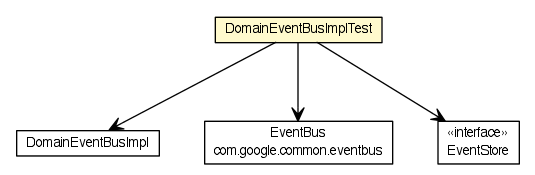
dayatang/dddlib keeps this Graphviz diagram as testapidocs/org/dayatang/domain/event/DomainEventBusImplTest.png. Above is the earlier version. Its source is kept beside it as testapidocs/org/dayatang/domain/event/DomainEventBusImplTest.dot. Its diagram source:
```dot

digraph G {
	edge [fontname="Helvetica",fontsize=10,labelfontname="Helvetica",labelfontsize=10];
	node [fontname="Helvetica",fontsize=10,shape=plaintext];
	nodesep=0.25;
	ranksep=0.5;
	c21973 [label=<<table title="org.dayatang.domain.event.DomainEventBusImplTest" border="0" cellborder="1" cellspacing="0" cellpadding="2" port="p" bgcolor="lemonChiffon" href="./DomainEventBusImplTest.html">
		<tr><td><table border="0" cellspacing="0" cellpadding="1">
<tr><td align="center" balign="center"> DomainEventBusImplTest </td></tr>
		</table></td></tr>
		</table>>, URL="./DomainEventBusImplTest.html", fontname="Helvetica", fontcolor="black", fontsize=10.0];
	c21973:p -> c22136:p [taillabel="", label=" "headlabel="", fontname="Helvetica", fontcolor="black", fontsize=10.0, color="black", arrowhead=open];
	c21973:p -> c22142:p [taillabel="", label=" "headlabel="", fontname="Helvetica", fontcolor="black", fontsize=10.0, color="black", arrowhead=open];
	c21973:p -> c22143:p [taillabel="", label=" "headlabel="", fontname="Helvetica", fontcolor="black", fontsize=10.0, color="black", arrowhead=open];
	c22143 [label=<<table title="org.dayatang.domain.event.EventStore" border="0" cellborder="1" cellspacing="0" cellpadding="2" port="p" href="http://java.sun.com/j2se/1.4.2/docs/api/org/dayatang/domain/event/EventStore.html">
		<tr><td><table border="0" cellspacing="0" cellpadding="1">
<tr><td align="center" balign="center"> &#171;interface&#187; </td></tr>
<tr><td align="center" balign="center"> EventStore </td></tr>
		</table></td></tr>
		</table>>, URL="http://java.sun.com/j2se/1.4.2/docs/api/org/dayatang/domain/event/EventStore.html", fontname="Helvetica", fontcolor="black", fontsize=10.0];
	c22136 [label=<<table title="org.dayatang.domain.event.DomainEventBusImpl" border="0" cellborder="1" cellspacing="0" cellpadding="2" port="p" href="http://java.sun.com/j2se/1.4.2/docs/api/org/dayatang/domain/event/DomainEventBusImpl.html">
		<tr><td><table border="0" cellspacing="0" cellpadding="1">
<tr><td align="center" balign="center"> DomainEventBusImpl </td></tr>
		</table></td></tr>
		</table>>, URL="http://java.sun.com/j2se/1.4.2/docs/api/org/dayatang/domain/event/DomainEventBusImpl.html", fontname="Helvetica", fontcolor="black", fontsize=10.0];
	c22142 [label=<<table title="com.google.common.eventbus.EventBus" border="0" cellborder="1" cellspacing="0" cellpadding="2" port="p" href="http://java.sun.com/j2se/1.4.2/docs/api/com/google/common/eventbus/EventBus.html">
		<tr><td><table border="0" cellspacing="0" cellpadding="1">
<tr><td align="center" balign="center"> EventBus </td></tr>
<tr><td align="center" balign="center"> com.google.common.eventbus </td></tr>
		</table></td></tr>
		</table>>, URL="http://java.sun.com/j2se/1.4.2/docs/api/com/google/common/eventbus/EventBus.html", fontname="Helvetica", fontcolor="black", fontsize=10.0];
}
```
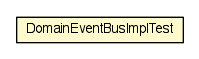
Above is the later version.

Diff of the diagram source:
```diff
@@ -4,29 +4,9 @@
 	node [fontname="Helvetica",fontsize=10,shape=plaintext];
 	nodesep=0.25;
 	ranksep=0.5;
-	c21973 [label=<<table title="org.dayatang.domain.event.DomainEventBusImplTest" border="0" cellborder="1" cellspacing="0" cellpadding="2" port="p" bgcolor="lemonChiffon" href="./DomainEventBusImplTest.html">
+	c21718 [label=<<table title="org.dayatang.domain.event.DomainEventBusImplTest" border="0" cellborder="1" cellspacing="0" cellpadding="2" port="p" bgcolor="lemonChiffon" href="./DomainEventBusImplTest.html">
 		<tr><td><table border="0" cellspacing="0" cellpadding="1">
 <tr><td align="center" balign="center"> DomainEventBusImplTest </td></tr>
 		</table></td></tr>
 		</table>>, URL="./DomainEventBusImplTest.html", fontname="Helvetica", fontcolor="black", fontsize=10.0];
-	c21973:p -> c22136:p [taillabel="", label=" "headlabel="", fontname="Helvetica", fontcolor="black", fontsize=10.0, color="black", arrowhead=open];
-	c21973:p -> c22142:p [taillabel="", label=" "headlabel="", fontname="Helvetica", fontcolor="black", fontsize=10.0, color="black", arrowhead=open];
-	c21973:p -> c22143:p [taillabel="", label=" "headlabel="", fontname="Helvetica", fontcolor="black", fontsize=10.0, color="black", arrowhead=open];
-	c22143 [label=<<table title="org.dayatang.domain.event.EventStore" border="0" cellborder="1" cellspacing="0" cellpadding="2" port="p" href="http://java.sun.com/j2se/1.4.2/docs/api/org/dayatang/domain/event/EventStore.html">
-		<tr><td><table border="0" cellspacing="0" cellpadding="1">
-<tr><td align="center" balign="center"> &#171;interface&#187; </td></tr>
-<tr><td align="center" balign="center"> EventStore </td></tr>
-		</table></td></tr>
-		</table>>, URL="http://java.sun.com/j2se/1.4.2/docs/api/org/dayatang/domain/event/EventStore.html", fontname="Helvetica", fontcolor="black", fontsize=10.0];
-	c22136 [label=<<table title="org.dayatang.domain.event.DomainEventBusImpl" border="0" cellborder="1" cellspacing="0" cellpadding="2" port="p" href="http://java.sun.com/j2se/1.4.2/docs/api/org/dayatang/domain/event/DomainEventBusImpl.html">
-		<tr><td><table border="0" cellspacing="0" cellpadding="1">
-<tr><td align="center" balign="center"> DomainEventBusImpl </td></tr>
-		</table></td></tr>
-		</table>>, URL="http://java.sun.com/j2se/1.4.2/docs/api/org/dayatang/domain/event/DomainEventBusImpl.html", fontname="Helvetica", fontcolor="black", fontsize=10.0];
-	c22142 [label=<<table title="com.google.common.eventbus.EventBus" border="0" cellborder="1" cellspacing="0" cellpadding="2" port="p" href="http://java.sun.com/j2se/1.4.2/docs/api/com/google/common/eventbus/EventBus.html">
-		<tr><td><table border="0" cellspacing="0" cellpadding="1">
-<tr><td align="center" balign="center"> EventBus </td></tr>
-<tr><td align="center" balign="center"> com.google.common.eventbus </td></tr>
-		</table></td></tr>
-		</table>>, URL="http://java.sun.com/j2se/1.4.2/docs/api/com/google/common/eventbus/EventBus.html", fontname="Helvetica", fontcolor="black", fontsize=10.0];
 }
```
